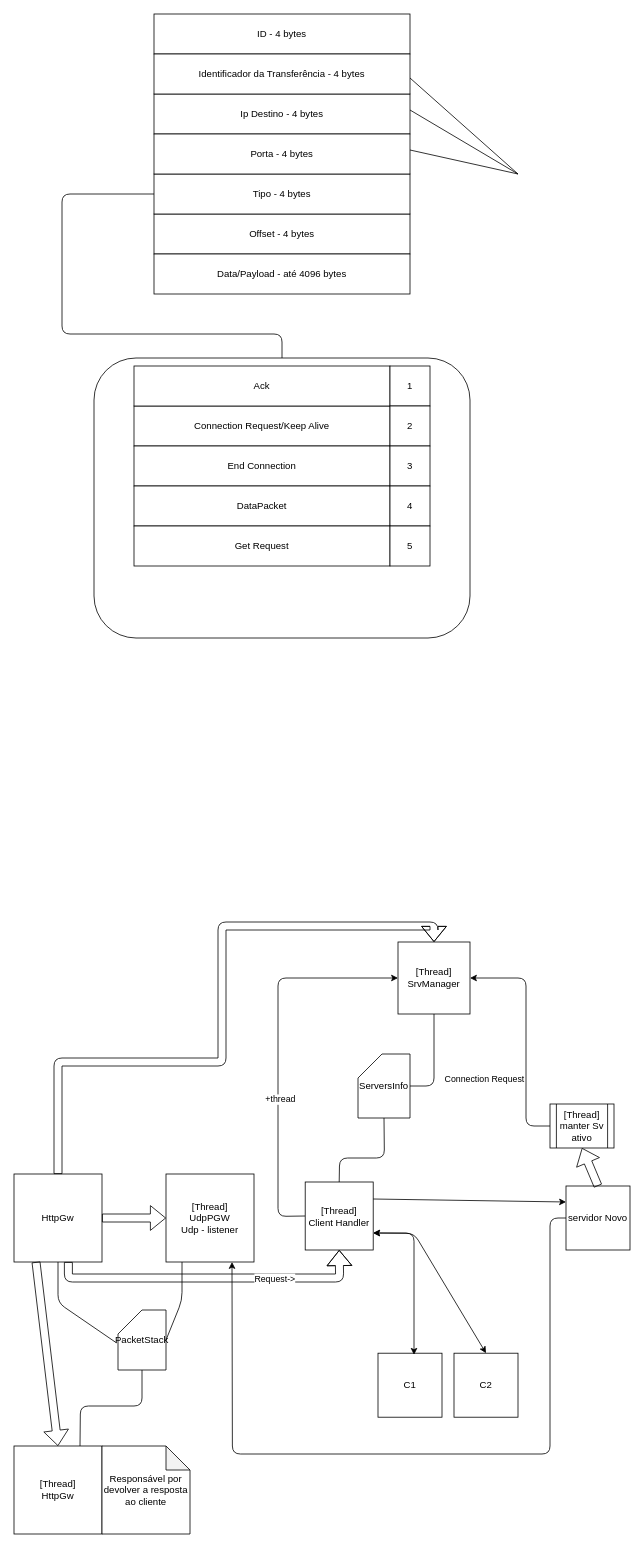
The draw.io diagram FSChunkProtocol.drawio in JoaoSG56/CC-2020-2021, before the edit. Source tidied: cells renumbered, new cells numbered last; positions are measured from the earlier drawing's top-left corner, leaving out a move shared by most shapes. Both pictures are drawn from the tidied source at 80%, with x=0, y=0 at pixel (14, 14).
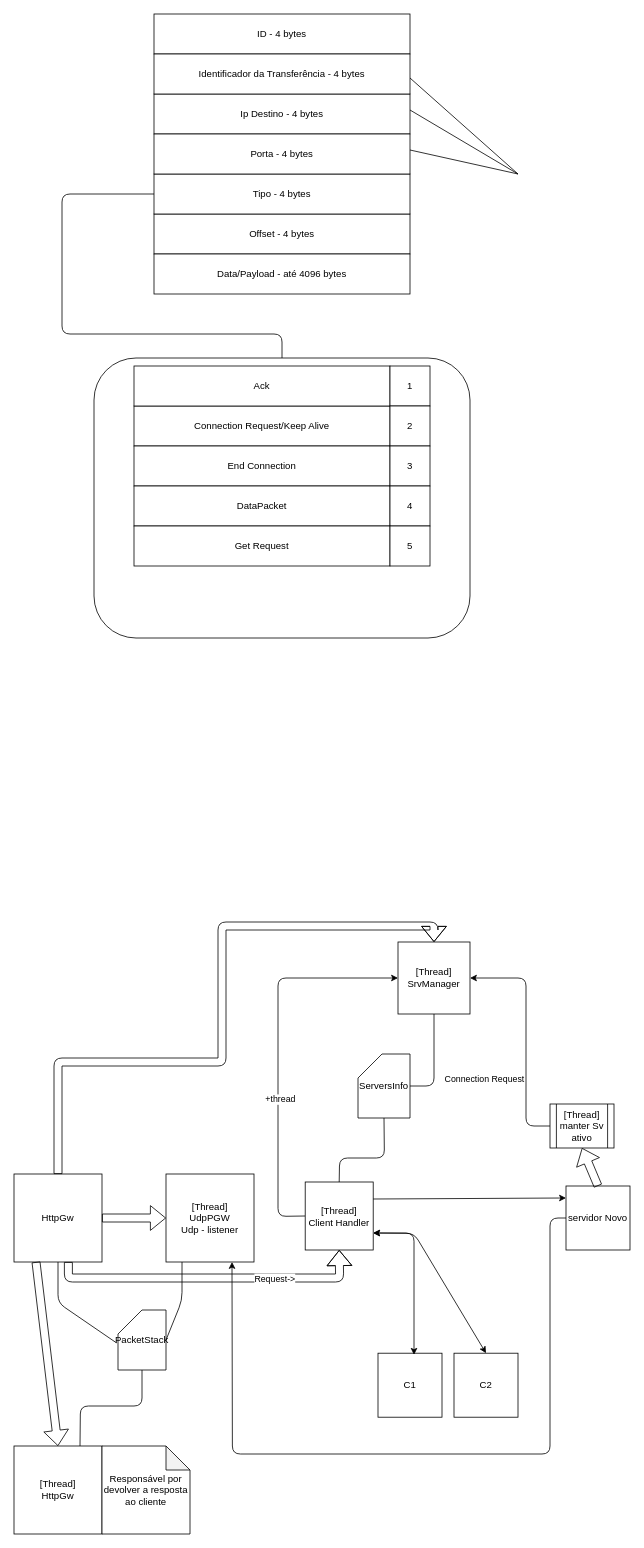
The same diagram, later.

The change refers to these unchanged cells:
```xml
<mxCell id="30" value="servidor Novo" style="whiteSpace=wrap;html=1;fillColor=#ffffff;" parent="1" vertex="1">
  <mxGeometry x="690" y="1465" width="80" height="80" as="geometry" />
</mxCell>
<mxCell id="35" value="[Thread]&lt;br&gt;Client Handler" style="whiteSpace=wrap;html=1;" parent="1" vertex="1">
  <mxGeometry x="364" y="1460" width="85" height="85" as="geometry" />
</mxCell>
```

Diff of the diagram source:
```diff
@@
-    <mxCell id="53" style="endArrow=classic;html=1;entryX=0;entryY=0.25;entryDx=0;entryDy=0;exitX=1;exitY=0.25;exitDx=0;exitDy=0;" parent="1" edge="1" source="35" target="30">
-      <mxGeometry relative="1" as="geometry" />
+    <mxCell id="53" style="endArrow=classic;html=1;exitX=1;exitY=0.25;exitDx=0;exitDy=0;" parent="1" edge="1" source="35">
+      <mxGeometry relative="1" as="geometry">
+        <mxPoint x="690" y="1480" as="targetPoint" />
+      </mxGeometry>
     </mxCell>
```
